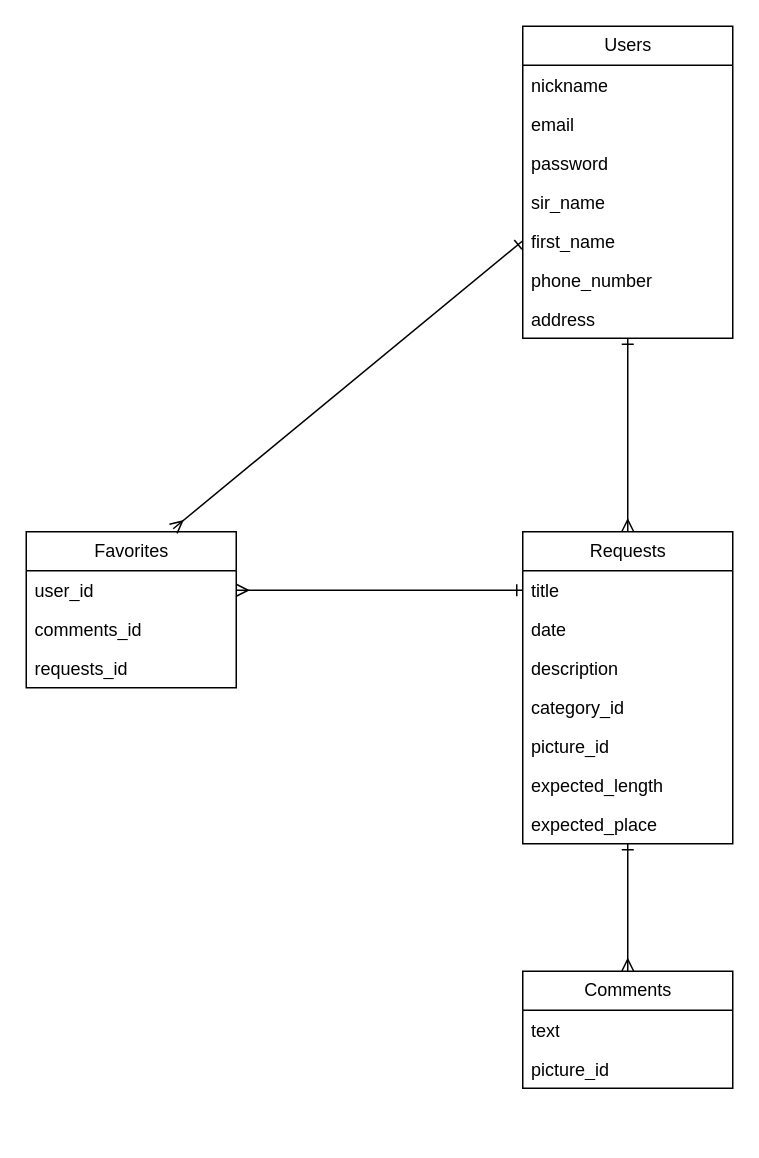
natsumi1651/hospil keeps this draw.io diagram as table.dio. Above is the earlier version. Source tidied: cells renumbered, new cells numbered last; positions are measured from the earlier drawing's top-left corner, leaving out a move shared by most shapes. Both pictures are drawn from the tidied source at 150%, with x=0, y=0 at pixel (26, 26).
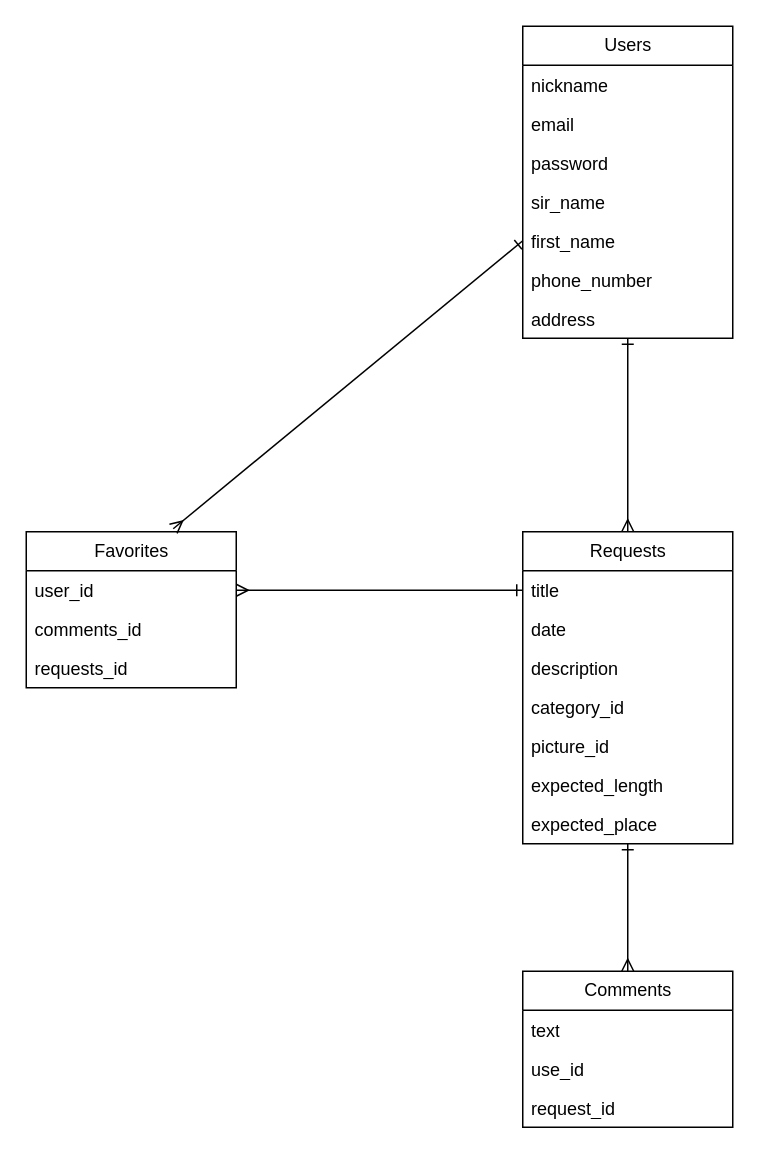
Above is the later version.

The edit, as a diff of the source:
```diff
@@
     <mxCell id="20" value="Comments" style="swimlane;fontStyle=0;horizontal=1;startSize=26;fillColor=none;html=1;" parent="1" vertex="1">
-      <mxGeometry x="331" y="630" width="140" height="78" as="geometry" />
+      <mxGeometry x="331" y="630" width="140" height="104" as="geometry" />
     </mxCell>
@@
-    <mxCell id="22" value="picture_id" style="text;strokeColor=none;fillColor=none;align=left;verticalAlign=top;spacingLeft=4;spacingRight=4;overflow=hidden;whiteSpace=wrap;html=1;" parent="20" vertex="1">
+    <mxCell id="22" value="use_id" style="text;strokeColor=none;fillColor=none;align=left;verticalAlign=top;spacingLeft=4;spacingRight=4;overflow=hidden;whiteSpace=wrap;html=1;" parent="20" vertex="1">
       <mxGeometry y="52" width="140" height="26" as="geometry" />
     </mxCell>
+    <mxCell id="29" value="request_id" style="text;strokeColor=none;fillColor=none;align=left;verticalAlign=top;spacingLeft=4;spacingRight=4;overflow=hidden;whiteSpace=wrap;html=1;" parent="20" vertex="1">
+      <mxGeometry y="78" width="140" height="26" as="geometry" />
+    </mxCell>
```
